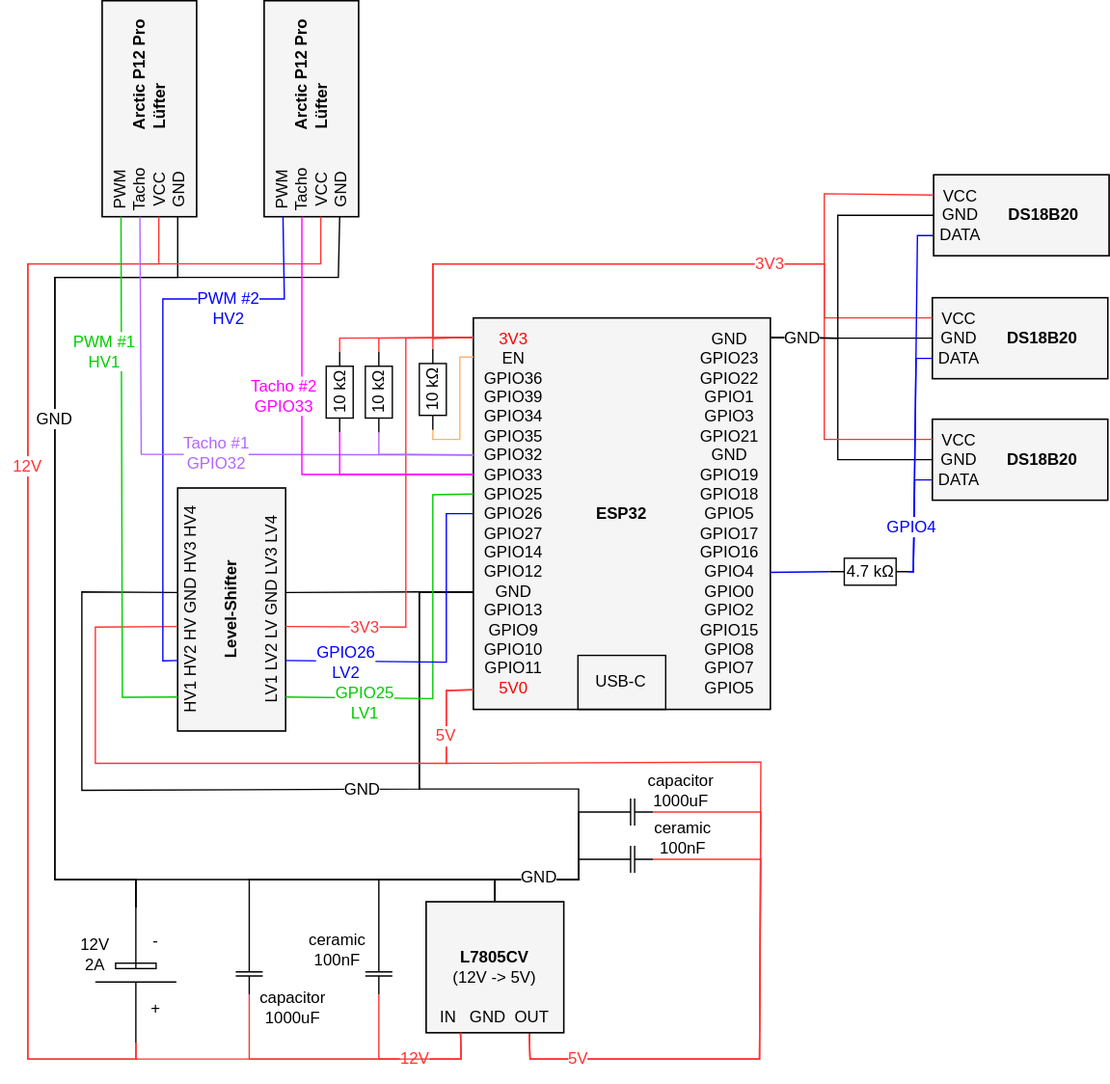
dan1elw/ha-rack-monitor keeps this draw.io diagram as hardware/rack_esp32_schaltplan.drawio.svg. Above is the earlier version. Source tidied: cells renumbered, new cells last; positions are measured from the earlier drawing's top-left corner, leaving out a move shared by most shapes.
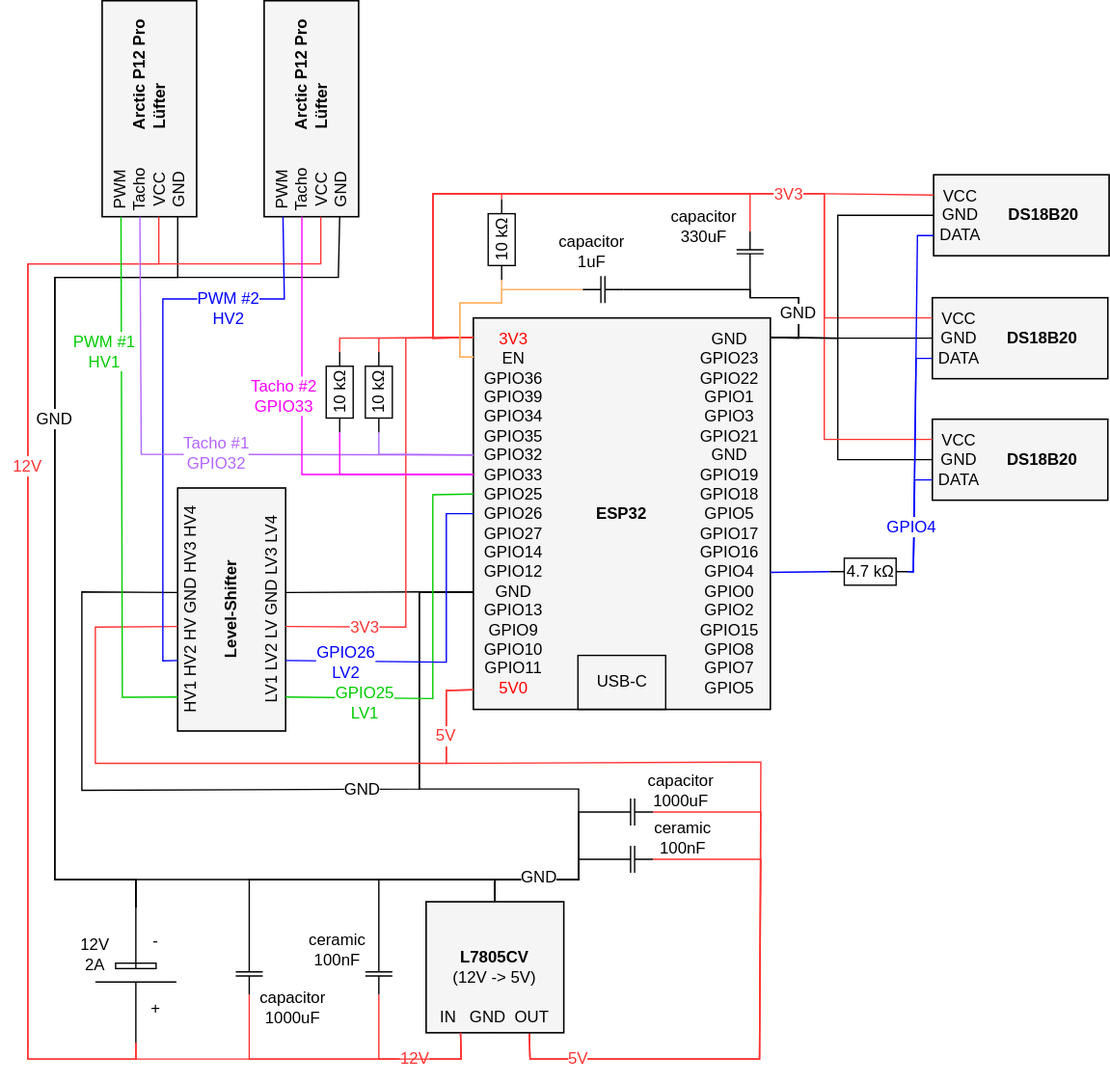
Later version of the same file.

Commit message:
add-cap-330uf-and-1uf-en-pin

Change to the diagram source:
```diff
@@ -128,8 +128,8 @@
       <mxGeometry relative="1" as="geometry">
         <Array as="points">
           <mxPoint x="320" y="205" />
-          <mxPoint x="320" y="150" />
-          <mxPoint x="610" y="150" />
+          <mxPoint x="320" y="98" />
+          <mxPoint x="610" y="98" />
           <mxPoint x="610" y="190" />
         </Array>
       </mxGeometry>
@@ -138,8 +138,8 @@
       <mxGeometry relative="1" as="geometry">
         <Array as="points">
           <mxPoint x="320" y="205" />
-          <mxPoint x="320" y="150" />
-          <mxPoint x="610" y="150" />
+          <mxPoint x="320" y="98" />
+          <mxPoint x="610" y="98" />
           <mxPoint x="610" y="280" />
         </Array>
       </mxGeometry>
@@ -471,7 +471,7 @@
       <mxGeometry relative="1" as="geometry" />
     </mxCell>
     <mxCell id="95" style="group;rotation=-90;" parent="1" vertex="1">
-      <mxGeometry x="290" y="228" width="60" height="30" as="geometry" />
+      <mxGeometry x="341" y="117" width="60" height="30" as="geometry" />
     </mxCell>
     <mxCell id="96" style="verticalLabelPosition=bottom;shadow=0;dashed=0;align=center;html=1;verticalAlign=top;shape=mxgraph.electrical.resistors.resistor_1;rotation=-90;" parent="95" vertex="1">
       <mxGeometry y="5" width="60" height="20" as="geometry" />
@@ -482,6 +482,8 @@
     <mxCell id="98" style="endArrow=none;html=1;rounded=0;entryX=0;entryY=0.05;entryDx=0;entryDy=0;entryPerimeter=0;exitX=1;exitY=0.5;exitDx=0;exitDy=0;exitPerimeter=0;strokeColor=#FF3333;" parent="1" edge="1" source="96" target="33">
       <mxGeometry relative="1" as="geometry">
         <Array as="points">
+          <mxPoint x="371" y="98" />
+          <mxPoint x="320" y="98" />
           <mxPoint x="320" y="205" />
         </Array>
       </mxGeometry>
@@ -489,8 +491,8 @@
     <mxCell id="99" style="endArrow=none;html=1;rounded=0;exitX=0;exitY=0.5;exitDx=0;exitDy=0;exitPerimeter=0;entryX=0;entryY=0.1;entryDx=0;entryDy=0;entryPerimeter=0;strokeColor=#FFB366;" parent="1" edge="1" source="96" target="33">
       <mxGeometry relative="1" as="geometry">
         <Array as="points">
-          <mxPoint x="320" y="280" />
-          <mxPoint x="340" y="280" />
+          <mxPoint x="371" y="179" />
+          <mxPoint x="340" y="179" />
           <mxPoint x="340" y="219" />
         </Array>
       </mxGeometry>
@@ -547,8 +549,7 @@
       <mxGeometry relative="1" as="geometry">
         <Array as="points">
           <mxPoint x="320" y="205" />
-          <mxPoint x="320" y="150" />
-          <mxPoint x="610" y="150" />
+          <mxPoint x="320" y="98" />
           <mxPoint x="610" y="98" />
         </Array>
       </mxGeometry>
@@ -562,10 +563,60 @@
       </mxGeometry>
     </mxCell>
     <mxCell id="113" value="3V3" style="text;html=1;whiteSpace=wrap;strokeColor=none;fillColor=none;align=center;verticalAlign=middle;rounded=0;fontColor=#FF3333;labelBackgroundColor=default;" parent="1" vertex="1">
-      <mxGeometry x="550" y="140" width="40" height="20" as="geometry" />
+      <mxGeometry x="564" y="89" width="40" height="20" as="geometry" />
     </mxCell>
+    <mxCell id="115" style="verticalLabelPosition=bottom;shadow=0;dashed=0;align=center;html=1;verticalAlign=top;shape=mxgraph.electrical.capacitors.capacitor_1;rotation=-90;" parent="1" vertex="1">
+      <mxGeometry x="540" y="131" width="30" height="20" as="geometry" />
+    </mxCell>
+    <mxCell id="116" style="endArrow=none;html=1;rounded=0;exitX=0;exitY=0.05;exitDx=0;exitDy=0;exitPerimeter=0;entryX=1;entryY=0.5;entryDx=0;entryDy=0;entryPerimeter=0;strokeColor=#FF3333;" parent="1" edge="1" source="33" target="115">
+      <mxGeometry relative="1" as="geometry">
+        <Array as="points">
+          <mxPoint x="320" y="205" />
+          <mxPoint x="320" y="98" />
+          <mxPoint x="555" y="98" />
+        </Array>
+      </mxGeometry>
+    </mxCell>
+    <mxCell id="117" style="endArrow=none;html=1;rounded=0;entryX=0;entryY=0.5;entryDx=0;entryDy=0;entryPerimeter=0;exitX=1;exitY=0.05;exitDx=0;exitDy=0;exitPerimeter=0;" parent="1" edge="1" source="33" target="115">
+      <mxGeometry relative="1" as="geometry">
+        <Array as="points">
+          <mxPoint x="591" y="205" />
+          <mxPoint x="591" y="175" />
+          <mxPoint x="555" y="175" />
+        </Array>
+      </mxGeometry>
+    </mxCell>
+    <mxCell id="118" value="capacitor&lt;br&gt;330uF" style="text;html=1;whiteSpace=wrap;strokeColor=none;fillColor=none;align=center;verticalAlign=middle;rounded=0;labelBackgroundColor=default;" parent="1" vertex="1">
+      <mxGeometry x="491" y="107" width="60" height="30" as="geometry" />
+    </mxCell>
+    <mxCell id="119" style="verticalLabelPosition=bottom;shadow=0;dashed=0;align=center;html=1;verticalAlign=top;shape=mxgraph.electrical.capacitors.capacitor_1;rotation=-180;" parent="1" vertex="1">
+      <mxGeometry x="431" y="159" width="30" height="20" as="geometry" />
+    </mxCell>
+    <mxCell id="120" style="endArrow=none;html=1;rounded=0;exitX=1;exitY=0.5;exitDx=0;exitDy=0;exitPerimeter=0;entryX=0;entryY=0.1;entryDx=0;entryDy=0;entryPerimeter=0;strokeColor=#FFB366;" parent="1" edge="1" source="119" target="33">
+      <mxGeometry relative="1" as="geometry">
+        <Array as="points">
+          <mxPoint x="371" y="169" />
+          <mxPoint x="371" y="179" />
+          <mxPoint x="340" y="179" />
+          <mxPoint x="340" y="219" />
+        </Array>
+      </mxGeometry>
+    </mxCell>
+    <mxCell id="121" style="endArrow=none;html=1;rounded=0;entryX=0;entryY=0.5;entryDx=0;entryDy=0;entryPerimeter=0;exitX=1;exitY=0.05;exitDx=0;exitDy=0;exitPerimeter=0;" parent="1" edge="1" source="33" target="119">
+      <mxGeometry relative="1" as="geometry">
+        <Array as="points">
+          <mxPoint x="591" y="205" />
+          <mxPoint x="591" y="175" />
+          <mxPoint x="555" y="175" />
+          <mxPoint x="555" y="169" />
+        </Array>
+      </mxGeometry>
+    </mxCell>
+    <mxCell id="122" value="capacitor&lt;br&gt;1uF" style="text;html=1;whiteSpace=wrap;strokeColor=none;fillColor=none;align=center;verticalAlign=middle;rounded=0;labelBackgroundColor=default;" parent="1" vertex="1">
+      <mxGeometry x="408" y="126" width="60" height="30" as="geometry" />
+    </mxCell>
     <mxCell id="114" value="GND" style="text;html=1;whiteSpace=wrap;strokeColor=none;fillColor=none;align=center;verticalAlign=middle;rounded=0;labelBackgroundColor=default;" parent="1" vertex="1">
-      <mxGeometry x="564" y="190" width="60" height="30" as="geometry" />
+      <mxGeometry x="561" y="172" width="60" height="30" as="geometry" />
     </mxCell>
   </root>
 </mxGraphModel>
```
